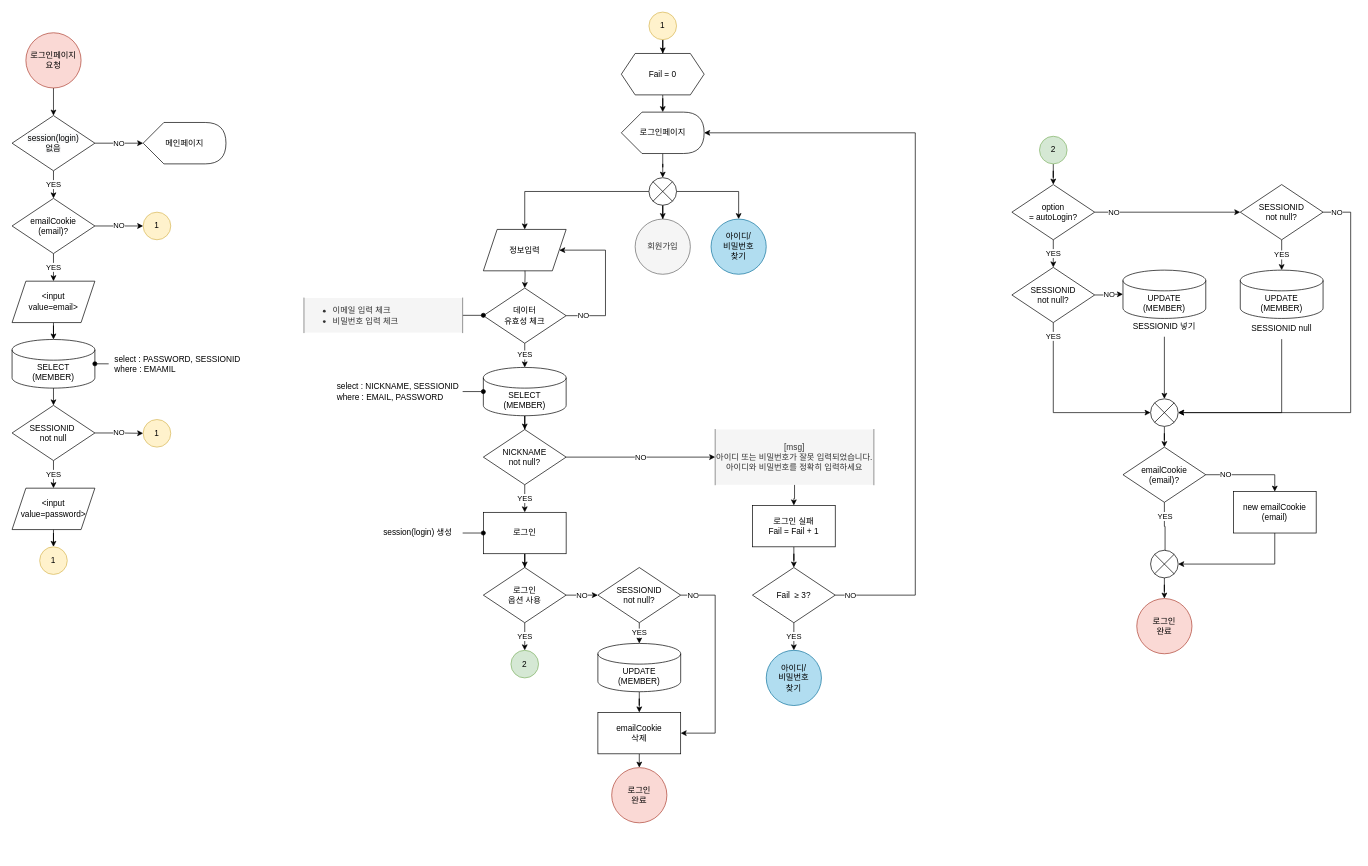
The draw.io diagram page "로그인" (3 of 8) of 설계/데이터흐름도/회원 flowchart(혜진).drawio in hjkim27/TEAM_Project, before the edit. Source tidied: cells renumbered, new cells numbered last; positions are measured from the earlier drawing's top-left corner, leaving out a move shared by most shapes. Both pictures are drawn from the tidied source at 69%, with x=0, y=0 at pixel (12, 12).
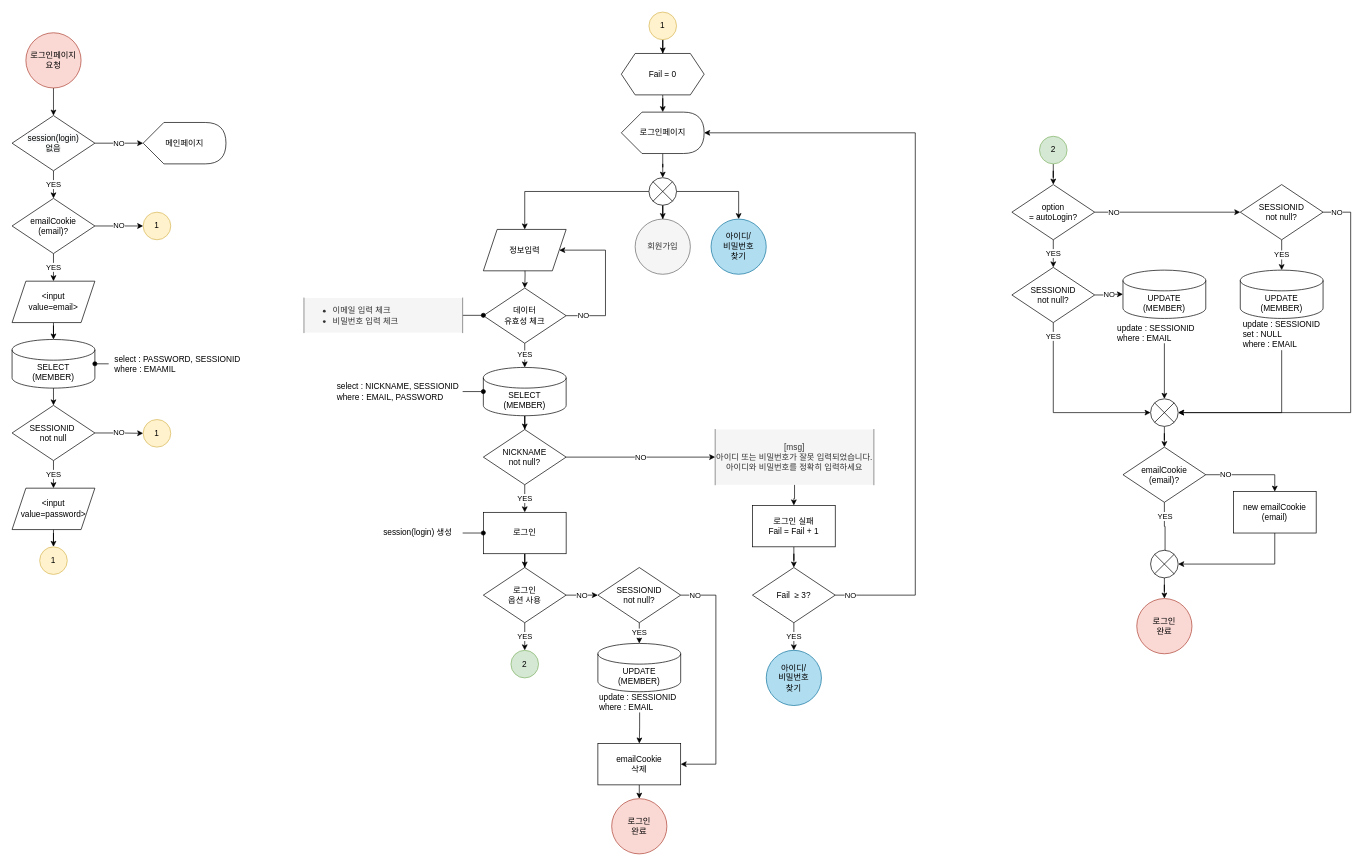
The same page after the edit.

The change refers to these unchanged cells:
```xml
<mxCell id="74" value="SESSIONID&lt;br&gt;not null?" style="rhombus;whiteSpace=wrap;html=1;strokeWidth=1;align=center;" parent="1" vertex="1">
  <mxGeometry x="849" y="805" width="120" height="80" as="geometry" />
</mxCell>
<mxCell id="76" value="UPDATE&lt;br&gt;(MEMBER)" style="shape=cylinder3;whiteSpace=wrap;html=1;boundedLbl=1;backgroundOutline=1;size=15;strokeWidth=1;align=center;" parent="1" vertex="1">
  <mxGeometry x="849" y="915" width="120" height="70" as="geometry" />
</mxCell>
```

What changed in the source:
```diff
@@
     <mxCell id="73" value="NO" style="edgeStyle=orthogonalEdgeStyle;rounded=0;jettySize=auto;html=1;exitX=1;exitY=0.5;exitDx=0;exitDy=0;entryX=1;entryY=0.5;entryDx=0;entryDy=0;endArrow=classic;endFill=1;" parent="1" edge="1" source="74" target="79">
       <mxGeometry x="-0.88" relative="1" as="geometry">
         <Array as="points">
-          <mxPoint x="1019" y="845" />
-          <mxPoint x="1019" y="1045" />
+          <mxPoint x="1020" y="845" />
+          <mxPoint x="1020" y="1090" />
         </Array>
       </mxGeometry>
     </mxCell>
@@
-    <mxCell id="75" style="edgeStyle=orthogonalEdgeStyle;rounded=0;jettySize=auto;html=1;endArrow=classic;endFill=1;entryX=0.5;entryY=0;entryDx=0;entryDy=0;" parent="1" edge="1" source="76" target="79">
+    <mxCell id="75" style="edgeStyle=orthogonalEdgeStyle;rounded=0;jettySize=auto;html=1;endArrow=classic;endFill=1;entryX=0.5;entryY=0;entryDx=0;entryDy=0;exitX=0.5;exitY=1;exitDx=0;exitDy=0;" parent="1" edge="1" source="102" target="79">
       <mxGeometry relative="1" as="geometry" />
     </mxCell>
@@
     <mxCell id="77" value="로그인&lt;br&gt;완료" style="ellipse;whiteSpace=wrap;html=1;strokeWidth=1;align=center;fillColor=#fad9d5;strokeColor=#ae4132;" parent="1" vertex="1">
-      <mxGeometry x="869" y="1095" width="80" height="80" as="geometry" />
+      <mxGeometry x="869" y="1140" width="80" height="80" as="geometry" />
     </mxCell>
@@
     <mxCell id="79" value="emailCookie&lt;br&gt;삭제" style="rounded=0;whiteSpace=wrap;html=1;strokeWidth=1;align=center;" parent="1" vertex="1">
-      <mxGeometry x="849" y="1015" width="120" height="60" as="geometry" />
+      <mxGeometry x="849" y="1060" width="120" height="60" as="geometry" />
     </mxCell>
@@
-    <mxCell id="89" value="SESSIONID 넣기" style="text;html=1;strokeColor=none;fillColor=none;align=center;verticalAlign=middle;whiteSpace=wrap;rounded=0;" parent="1" vertex="1">
-      <mxGeometry x="1620" y="440.5" width="100" height="30" as="geometry" />
+    <mxCell id="89" value="update : SESSIONID&lt;br&gt;where : EMAIL" style="text;html=1;strokeColor=none;fillColor=none;align=left;verticalAlign=middle;whiteSpace=wrap;rounded=0;" parent="1" vertex="1">
+      <mxGeometry x="1600" y="450" width="140" height="30" as="geometry" />
     </mxCell>
@@
-    <mxCell id="91" value="SESSIONID null" style="text;html=1;strokeColor=none;fillColor=none;align=center;verticalAlign=middle;whiteSpace=wrap;rounded=0;" parent="1" vertex="1">
-      <mxGeometry x="1790" y="444" width="100" height="30" as="geometry" />
+    <mxCell id="91" value="&lt;div style=&quot;text-align: left&quot;&gt;&lt;span&gt;update : SESSIONID&lt;/span&gt;&lt;/div&gt;&lt;div style=&quot;text-align: left&quot;&gt;&lt;span&gt;set : NULL&lt;/span&gt;&lt;/div&gt;&lt;div style=&quot;text-align: left&quot;&gt;&lt;span&gt;where : EMAIL&lt;/span&gt;&lt;/div&gt;" style="text;html=1;strokeColor=none;fillColor=none;align=center;verticalAlign=middle;whiteSpace=wrap;rounded=0;" parent="1" vertex="1">
+      <mxGeometry x="1780" y="444" width="120" height="46" as="geometry" />
     </mxCell>
@@
+    <mxCell id="102" value="&lt;div&gt;update : SESSIONID&lt;/div&gt;&lt;div&gt;where : EMAIL&lt;/div&gt;" style="text;html=1;strokeColor=none;fillColor=none;align=left;verticalAlign=middle;whiteSpace=wrap;rounded=0;" parent="1" vertex="1">
+      <mxGeometry x="849" y="985" width="121" height="30" as="geometry" />
+    </mxCell>
```
